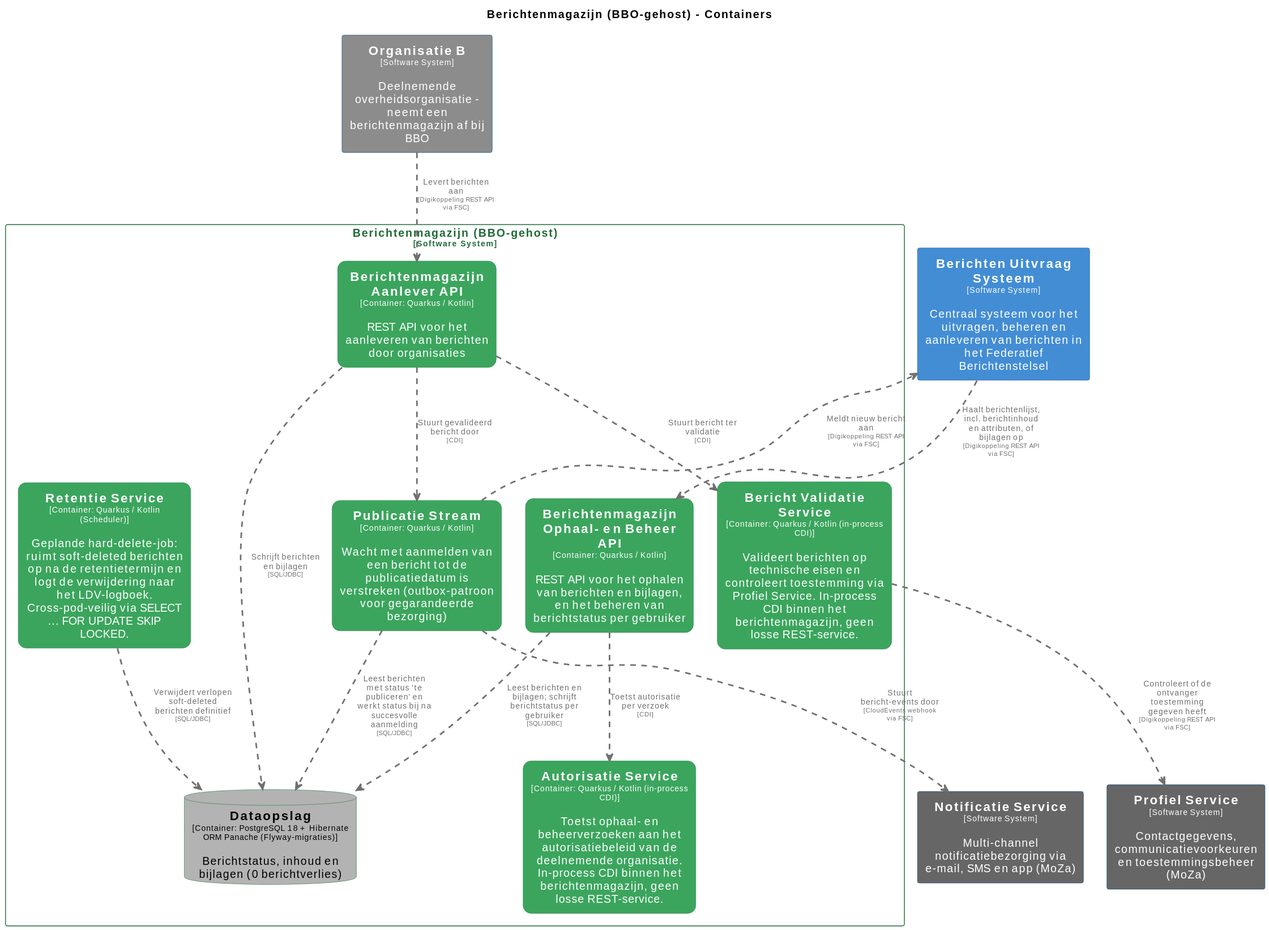
Earlier version of the PlantUML export master/svg/BerichtenmagazijnContainers.svg (MinBZK/moza-poc-fbs-berichtenbox). Its source is kept beside it as master/puml/BerichtenmagazijnContainers.puml.
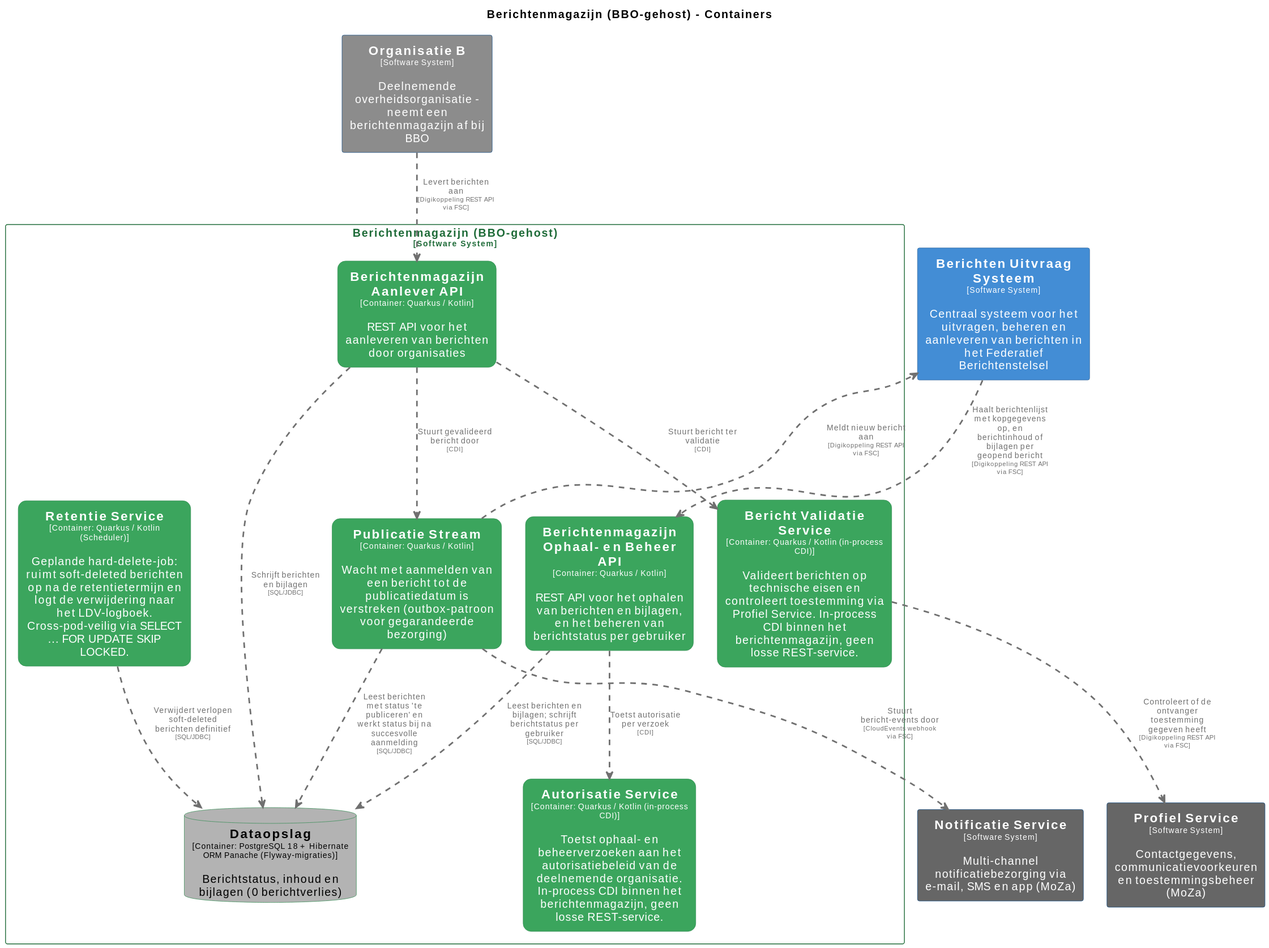
The same diagram one commit later.

Diff of the diagram source:
```diff
@@ -108,7 +108,7 @@
   rectangle "==Retentie Service\n<size:10>[Container: Quarkus / Kotlin (Scheduler)]</size>\n\nGeplande hard-delete-job: ruimt soft-deleted berichten op na de retentietermijn en logt de verwijdering naar het LDV-logboek. Cross-pod-veilig via SELECT ... FOR UPDATE SKIP LOCKED." <<BerichtenmagazijnBBOgehost.RetentieService>> as BerichtenmagazijnBBOgehost.RetentieService
 }
 
-BerichtenUitvraagSysteem .[#707070,thickness=2].> BerichtenmagazijnBBOgehost.BerichtenmagazijnOphaalenBeheerAPI : "<color:#707070>Haalt berichtenlijst, incl. berichtinhoud en attributen, of bijlagen op\n<color:#707070><size:8>[Digikoppeling REST API via FSC]</size>"
+BerichtenUitvraagSysteem .[#707070,thickness=2].> BerichtenmagazijnBBOgehost.BerichtenmagazijnOphaalenBeheerAPI : "<color:#707070>Haalt berichtenlijst met kopgegevens op, en berichtinhoud of bijlagen per geopend bericht\n<color:#707070><size:8>[Digikoppeling REST API via FSC]</size>"
 BerichtenmagazijnBBOgehost.PublicatieStream .[#707070,thickness=2].> BerichtenUitvraagSysteem : "<color:#707070>Meldt nieuw bericht aan\n<color:#707070><size:8>[Digikoppeling REST API via FSC]</size>"
 BerichtenmagazijnBBOgehost.PublicatieStream .[#707070,thickness=2].> NotificatieService : "<color:#707070>Stuurt bericht-events door\n<color:#707070><size:8>[CloudEvents webhook via FSC]</size>"
 OrganisatieB .[#707070,thickness=2].> BerichtenmagazijnBBOgehost.BerichtenmagazijnAanleverAPI : "<color:#707070>Levert berichten aan\n<color:#707070><size:8>[Digikoppeling REST API via FSC]</size>"
```
